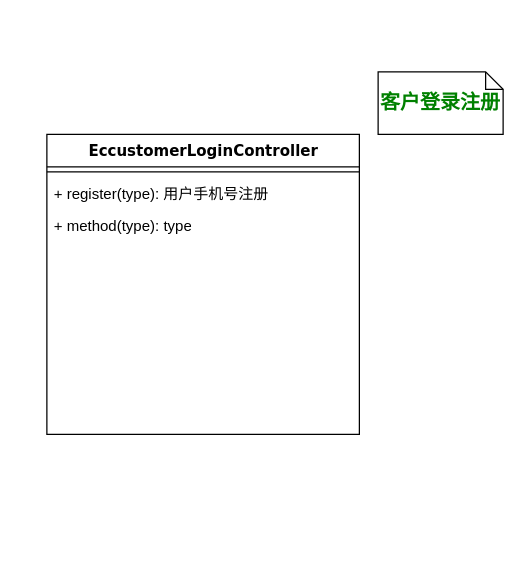
This is 整体设计图-登录注册.drawio from luweib/itech, a draw.io file, before an edit. Source tidied: cells renumbered, new cells numbered last; positions are measured from the earlier drawing's top-left corner, leaving out a move shared by most shapes. Both pictures are drawn from the tidied source at 125%, with x=0, y=0 at pixel (46, 71).
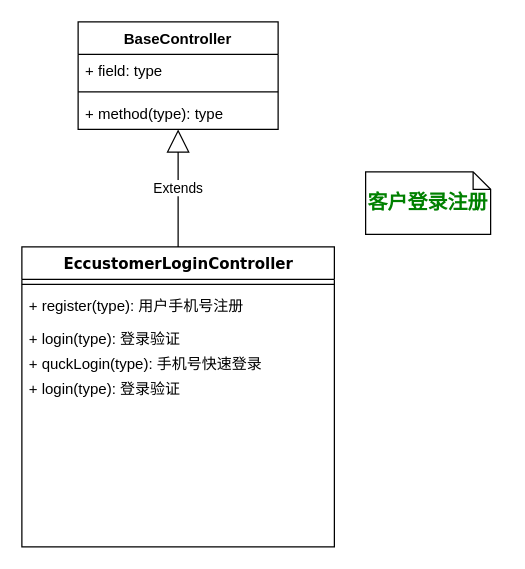
The same page after the edit.

Commit message (it also covers changes not shown here):
更新整体设计图-登录注册.drawio

Change to the diagram source:
```diff
@@
 <mxGraphModel background="#ffffff">
   <root>
     <mxCell id="0" />
     <mxCell id="1" parent="0" />
     <mxCell id="2" value="EccustomerLoginController" style="swimlane;html=1;fontStyle=1;align=center;verticalAlign=top;horizontal=1;startSize=26;swimlaneFillColor=#ffffff;rounded=0;shadow=0;comic=0;labelBackgroundColor=none;strokeWidth=1;fillColor=none;fontFamily=Verdana;fontSize=12;" parent="1" vertex="1">
-      <mxGeometry y="50" width="250" height="240" as="geometry" />
+      <mxGeometry x="-20" y="140" width="250" height="240" as="geometry" />
     </mxCell>
     <mxCell id="3" style="line;html=1;strokeWidth=1;fillColor=none;align=left;verticalAlign=middle;spacingTop=-1;spacingLeft=3;spacingRight=3;labelPosition=right;" parent="2" vertex="1">
       <mxGeometry y="26" width="250" height="8" as="geometry" />
     </mxCell>
     <mxCell id="4" value="+ register(type): 用户手机号注册" style="text;html=1;strokeColor=none;fillColor=none;align=left;verticalAlign=top;spacingLeft=4;spacingRight=4;whiteSpace=wrap;overflow=hidden;" parent="2" vertex="1">
       <mxGeometry y="34" width="250" height="26" as="geometry" />
     </mxCell>
-    <mxCell id="5" value="+ method(type): type" style="text;html=1;strokeColor=none;fillColor=none;align=left;verticalAlign=top;spacingLeft=4;spacingRight=4;whiteSpace=wrap;overflow=hidden;" parent="2" vertex="1">
-      <mxGeometry y="60" width="250" height="36" as="geometry" />
+    <mxCell id="5" value="+ login(type): 登录验证" style="text;html=1;strokeColor=none;fillColor=none;align=left;verticalAlign=top;spacingLeft=4;spacingRight=4;whiteSpace=wrap;overflow=hidden;" parent="2" vertex="1">
+      <mxGeometry y="60" width="250" height="20" as="geometry" />
     </mxCell>
+    <mxCell id="7" value="+&amp;nbsp;&lt;span style=&quot;white-space: nowrap&quot;&gt;quckLogin&lt;/span&gt;(type): 手机号快速登录" style="text;html=1;strokeColor=none;fillColor=none;align=left;verticalAlign=top;spacingLeft=4;spacingRight=4;whiteSpace=wrap;overflow=hidden;" parent="2" vertex="1">
+      <mxGeometry y="80" width="250" height="20" as="geometry" />
+    </mxCell>
+    <mxCell id="8" value="+ login(type): 登录验证" style="text;html=1;strokeColor=none;fillColor=none;align=left;verticalAlign=top;spacingLeft=4;spacingRight=4;whiteSpace=wrap;overflow=hidden;" parent="2" vertex="1">
+      <mxGeometry y="100" width="250" height="30" as="geometry" />
+    </mxCell>
     <mxCell id="6" value="&lt;pre style=&quot;background-color: rgb(255 , 255 , 255) ; font-size: 12pt&quot;&gt;&lt;span style=&quot;color: #008000 ; font-weight: bold&quot;&gt;客户登录注册&lt;/span&gt;&lt;/pre&gt;" style="shape=note;whiteSpace=wrap;html=1;size=14;verticalAlign=top;align=left;spacingTop=-6;" parent="1" vertex="1">
-      <mxGeometry x="265" width="100" height="50" as="geometry" />
+      <mxGeometry x="255" y="80" width="100" height="50" as="geometry" />
     </mxCell>
+    <mxCell id="9" value="BaseController" style="swimlane;fontStyle=1;align=center;verticalAlign=top;horizontal=1;startSize=26;" parent="1" vertex="1">
+      <mxGeometry x="25" y="-40" width="160" height="86" as="geometry" />
+    </mxCell>
+    <mxCell id="10" value="+ field: type" style="text;strokeColor=none;fillColor=none;align=left;verticalAlign=top;spacingLeft=4;spacingRight=4;overflow=hidden;" parent="9" vertex="1">
+      <mxGeometry y="26" width="160" height="26" as="geometry" />
+    </mxCell>
+    <mxCell id="11" style="line;strokeWidth=1;fillColor=none;align=left;verticalAlign=middle;spacingTop=-1;spacingLeft=3;spacingRight=3;labelPosition=right;" parent="9" vertex="1">
+      <mxGeometry y="52" width="160" height="8" as="geometry" />
+    </mxCell>
+    <mxCell id="12" value="+ method(type): type" style="text;strokeColor=none;fillColor=none;align=left;verticalAlign=top;spacingLeft=4;spacingRight=4;overflow=hidden;" parent="9" vertex="1">
+      <mxGeometry y="60" width="160" height="26" as="geometry" />
+    </mxCell>
+    <mxCell id="13" value="Extends" style="endArrow=block;endSize=16;endFill=0;html=1;exitX=0.5;exitY=0;exitDx=0;exitDy=0;" parent="1" edge="1" source="2" target="9">
+      <mxGeometry relative="1" as="geometry" />
+    </mxCell>
   </root>
 </mxGraphModel>
```
